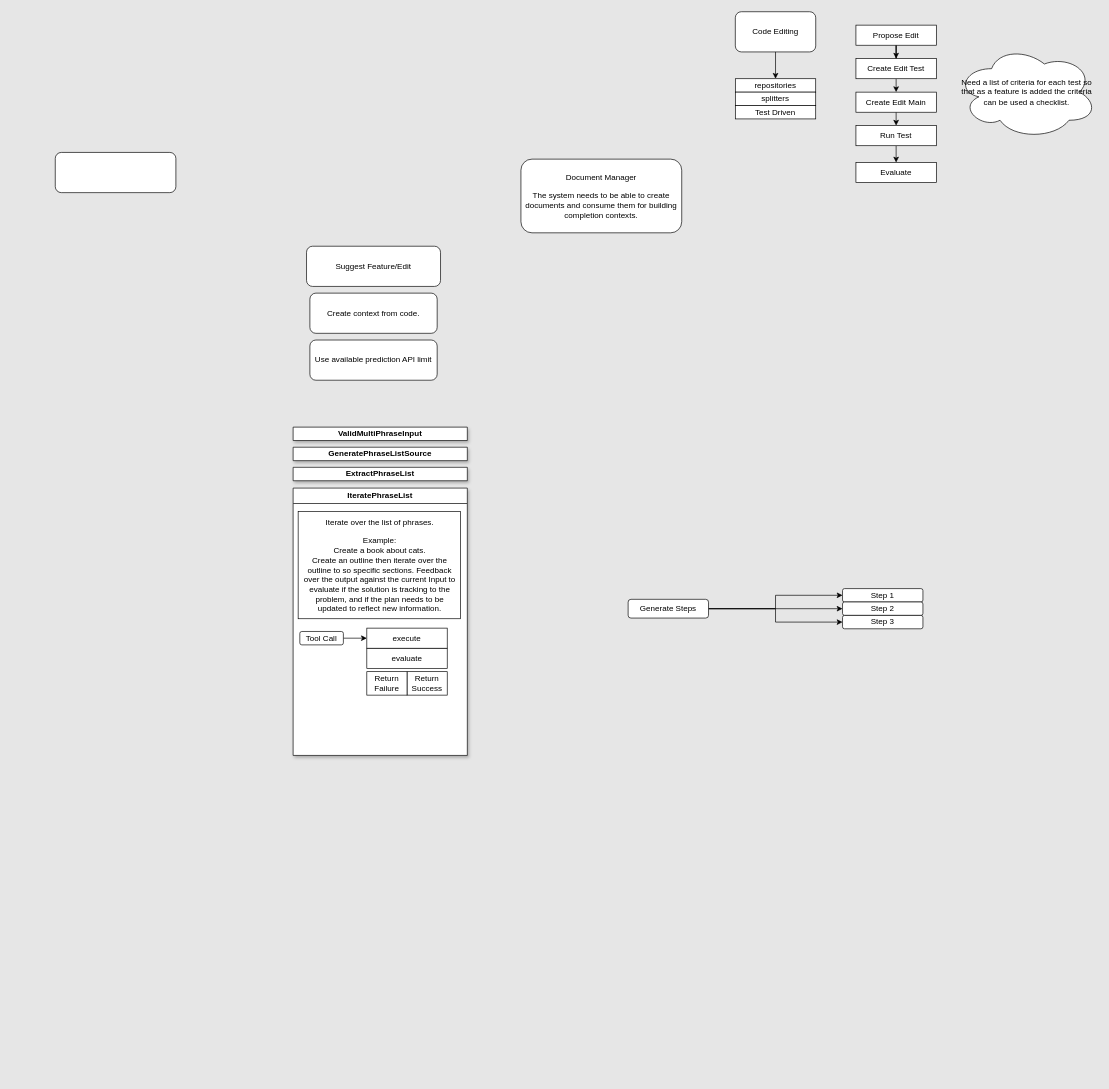
This is hero.drawio from fuck-fascism/rogue-one, a draw.io file, before an edit. Source tidied: cells renumbered, new cells numbered last; positions are measured from the earlier drawing's top-left corner, leaving out a move shared by most shapes. Both pictures are drawn from the tidied source at 67%, with x=0, y=0 at pixel (55, 11).
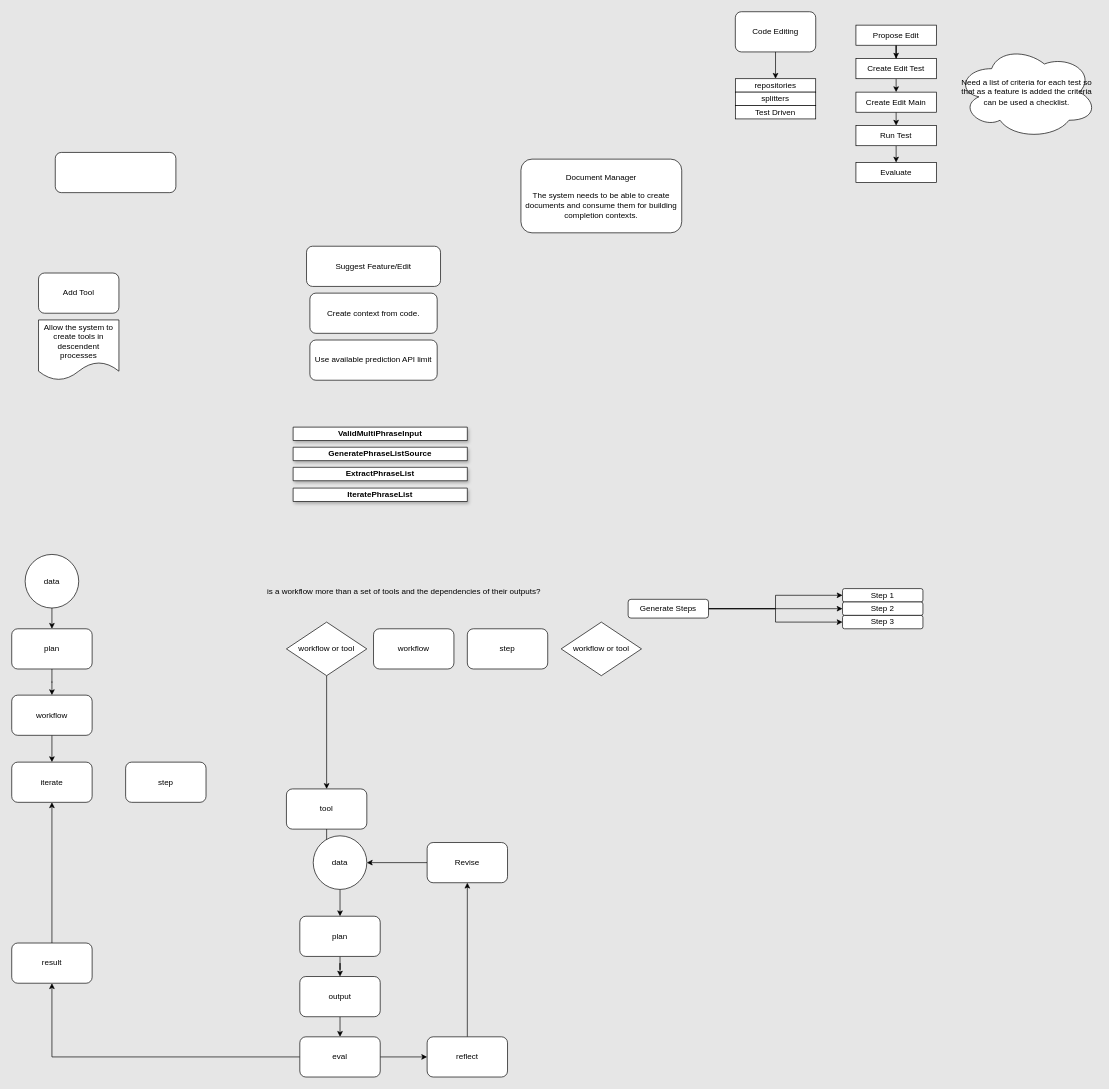
Above is the later version.

Diff of the diagram source:
```diff
@@
-    <mxCell id="8" value="IteratePhraseList" style="swimlane;whiteSpace=wrap;html=1;swimlaneFillColor=default;shadow=1;" parent="1" vertex="1">
-      <mxGeometry x="355" y="711" width="260" height="399" as="geometry" />
+    <mxCell id="8" value="IteratePhraseList" style="swimlane;whiteSpace=wrap;html=1;swimlaneFillColor=default;shadow=1;" parent="1" vertex="1" collapsed="1">
+      <mxGeometry x="355" y="711" width="260" height="20" as="geometry" />
     </mxCell>
-    <mxCell id="9" value="Iterate over the list of phrases.&lt;br&gt;&lt;br&gt;Example:&lt;br&gt;Create a book about cats.&lt;br&gt;Create an outline then iterate over the outline to so specific sections. Feedback over the output against the current Input to evaluate if the solution is tracking to the problem, and if the plan needs to be updated to reflect new information." style="whiteSpace=wrap;html=1;noLabel=0;labelPadding=0;overflow=visible;absoluteArcSize=0;imageAspect=1;backgroundOutline=1;autosizeGrid=1;fixedWidth=1;enumerate=0;comic=0;spacing=4;" parent="8" vertex="1">
-      <mxGeometry x="7.5" y="35" width="242.5" height="160" as="geometry" />
-    </mxCell>
-    <mxCell id="10" style="edgeStyle=orthogonalEdgeStyle;rounded=0;jettySize=auto;html=1;exitX=1;exitY=0.5;exitDx=0;exitDy=0;entryX=0;entryY=0.5;entryDx=0;entryDy=0;" parent="8" edge="1" source="11" target="15">
-      <mxGeometry relative="1" as="geometry" />
-    </mxCell>
-    <mxCell id="11" value="Tool Call" style="rounded=1;whiteSpace=wrap;html=1;" parent="8" vertex="1">
-      <mxGeometry x="10" y="214" width="65" height="20" as="geometry" />
-    </mxCell>
-    <mxCell id="12" value="Return&lt;br&gt;Success" style="whiteSpace=wrap;html=1;" parent="8" vertex="1">
-      <mxGeometry x="170" y="274" width="60" height="35" as="geometry" />
-    </mxCell>
-    <mxCell id="13" value="Return&lt;br&gt;Failure" style="whiteSpace=wrap;html=1;" parent="8" vertex="1">
-      <mxGeometry x="110" y="274" width="60" height="35" as="geometry" />
-    </mxCell>
-    <mxCell id="14" value="evaluate" style="whiteSpace=wrap;html=1;" parent="8" vertex="1">
-      <mxGeometry x="110" y="239" width="120" height="30" as="geometry" />
-    </mxCell>
-    <mxCell id="15" value="execute" style="whiteSpace=wrap;html=1;" parent="8" vertex="1">
-      <mxGeometry x="110" y="209" width="120" height="30" as="geometry" />
-    </mxCell>
@@
+    <mxCell id="40" value="Add Tool" style="rounded=1;whiteSpace=wrap;html=1;" parent="1" vertex="1">
+      <mxGeometry x="-25" y="390" width="120" height="60" as="geometry" />
+    </mxCell>
+    <mxCell id="41" value="Allow the system to create tools in descendent processes" style="shape=document;whiteSpace=wrap;html=1;boundedLbl=1;" parent="1" vertex="1">
+      <mxGeometry x="-25" y="460" width="120" height="90" as="geometry" />
+    </mxCell>
+    <mxCell id="42" style="edgeStyle=orthogonalEdgeStyle;rounded=0;jettySize=auto;html=1;exitX=0.5;exitY=1;exitDx=0;exitDy=0;entryX=0.5;entryY=0;entryDx=0;entryDy=0;" parent="1" edge="1" source="43" target="45">
+      <mxGeometry relative="1" as="geometry" />
+    </mxCell>
+    <mxCell id="43" value="data" style="ellipse;whiteSpace=wrap;html=1;" parent="1" vertex="1">
+      <mxGeometry x="-45" y="810" width="80" height="80" as="geometry" />
+    </mxCell>
+    <mxCell id="44" style="edgeStyle=orthogonalEdgeStyle;rounded=0;jettySize=auto;html=1;exitX=0.5;exitY=1;exitDx=0;exitDy=0;" parent="1" edge="1" source="67" target="47">
+      <mxGeometry relative="1" as="geometry" />
+    </mxCell>
+    <mxCell id="45" value="plan" style="rounded=1;whiteSpace=wrap;html=1;" parent="1" vertex="1">
+      <mxGeometry x="-65" y="921" width="120" height="60" as="geometry" />
+    </mxCell>
+    <mxCell id="46" style="edgeStyle=orthogonalEdgeStyle;rounded=0;jettySize=auto;html=1;exitX=0.5;exitY=1;exitDx=0;exitDy=0;entryX=0.5;entryY=0;entryDx=0;entryDy=0;" parent="1" edge="1" source="57" target="51">
+      <mxGeometry relative="1" as="geometry" />
+    </mxCell>
+    <mxCell id="47" value="tool" style="rounded=1;whiteSpace=wrap;html=1;" parent="1" vertex="1">
+      <mxGeometry x="345" y="1160" width="120" height="60" as="geometry" />
+    </mxCell>
+    <mxCell id="48" style="edgeStyle=orthogonalEdgeStyle;rounded=0;jettySize=auto;html=1;entryX=0.5;entryY=1;entryDx=0;entryDy=0;" parent="1" edge="1" source="64" target="53">
+      <mxGeometry relative="1" as="geometry" />
+    </mxCell>
+    <mxCell id="49" style="edgeStyle=orthogonalEdgeStyle;rounded=0;jettySize=auto;html=1;exitX=1;exitY=0.5;exitDx=0;exitDy=0;entryX=0;entryY=0.5;entryDx=0;entryDy=0;" parent="1" edge="1" source="51" target="64">
+      <mxGeometry relative="1" as="geometry" />
+    </mxCell>
+    <mxCell id="50" style="edgeStyle=orthogonalEdgeStyle;rounded=0;jettySize=auto;html=1;" parent="1" edge="1" source="51" target="63">
+      <mxGeometry relative="1" as="geometry" />
+    </mxCell>
+    <mxCell id="51" value="eval" style="rounded=1;whiteSpace=wrap;html=1;" parent="1" vertex="1">
+      <mxGeometry x="365" y="1530" width="120" height="60" as="geometry" />
+    </mxCell>
+    <mxCell id="52" style="edgeStyle=orthogonalEdgeStyle;rounded=0;jettySize=auto;html=1;" parent="1" edge="1" source="53" target="59">
+      <mxGeometry relative="1" as="geometry" />
+    </mxCell>
+    <mxCell id="53" value="Revise" style="rounded=1;whiteSpace=wrap;html=1;" parent="1" vertex="1">
+      <mxGeometry x="555" y="1240" width="120" height="60" as="geometry" />
+    </mxCell>
+    <mxCell id="54" style="edgeStyle=orthogonalEdgeStyle;rounded=0;jettySize=auto;html=1;" parent="1" edge="1" source="72" target="56">
+      <mxGeometry relative="1" as="geometry" />
+    </mxCell>
+    <mxCell id="55" style="edgeStyle=orthogonalEdgeStyle;rounded=0;jettySize=auto;html=1;" parent="1" edge="1" source="47" target="59">
+      <mxGeometry relative="1" as="geometry" />
+    </mxCell>
+    <mxCell id="56" value="iterate" style="rounded=1;whiteSpace=wrap;html=1;" parent="1" vertex="1">
+      <mxGeometry x="-65" y="1120" width="120" height="60" as="geometry" />
+    </mxCell>
+    <mxCell id="57" value="output" style="rounded=1;whiteSpace=wrap;html=1;" parent="1" vertex="1">
+      <mxGeometry x="365" y="1440" width="120" height="60" as="geometry" />
+    </mxCell>
+    <mxCell id="58" style="edgeStyle=orthogonalEdgeStyle;rounded=0;jettySize=auto;html=1;" parent="1" edge="1" source="59" target="61">
+      <mxGeometry relative="1" as="geometry" />
+    </mxCell>
+    <mxCell id="59" value="data" style="ellipse;whiteSpace=wrap;html=1;" parent="1" vertex="1">
+      <mxGeometry x="385" y="1230" width="80" height="80" as="geometry" />
+    </mxCell>
+    <mxCell id="60" style="edgeStyle=orthogonalEdgeStyle;rounded=0;jettySize=auto;html=1;" parent="1" edge="1" source="61" target="57">
+      <mxGeometry relative="1" as="geometry" />
+    </mxCell>
+    <mxCell id="61" value="plan" style="rounded=1;whiteSpace=wrap;html=1;" parent="1" vertex="1">
+      <mxGeometry x="365" y="1350" width="120" height="60" as="geometry" />
+    </mxCell>
+    <mxCell id="62" style="edgeStyle=orthogonalEdgeStyle;rounded=0;jettySize=auto;html=1;exitX=0.5;exitY=0;exitDx=0;exitDy=0;" parent="1" edge="1" source="63" target="56">
+      <mxGeometry relative="1" as="geometry" />
+    </mxCell>
+    <mxCell id="63" value="result" style="rounded=1;whiteSpace=wrap;html=1;" parent="1" vertex="1">
+      <mxGeometry x="-65" y="1390" width="120" height="60" as="geometry" />
+    </mxCell>
+    <mxCell id="64" value="reflect" style="rounded=1;whiteSpace=wrap;html=1;" parent="1" vertex="1">
+      <mxGeometry x="555" y="1530" width="120" height="60" as="geometry" />
+    </mxCell>
+    <mxCell id="65" value="is a workflow more than a set of tools and the dependencies of their outputs?" style="text;html=1;align=center;verticalAlign=middle;strokeColor=none;fillColor=none;" parent="1" vertex="1">
+      <mxGeometry x="305" y="851" width="430" height="30" as="geometry" />
+    </mxCell>
+    <mxCell id="66" value="step" style="rounded=1;whiteSpace=wrap;html=1;" parent="1" vertex="1">
+      <mxGeometry x="105" y="1120" width="120" height="60" as="geometry" />
+    </mxCell>
+    <mxCell id="67" value="workflow or tool" style="rhombus;whiteSpace=wrap;html=1;" parent="1" vertex="1">
+      <mxGeometry x="345" y="911" width="120" height="80" as="geometry" />
+    </mxCell>
+    <mxCell id="68" value="workflow" style="rounded=1;whiteSpace=wrap;html=1;" parent="1" vertex="1">
+      <mxGeometry x="475" y="921" width="120" height="60" as="geometry" />
+    </mxCell>
+    <mxCell id="69" value="workflow or tool" style="rhombus;whiteSpace=wrap;html=1;" parent="1" vertex="1">
+      <mxGeometry x="755" y="911" width="120" height="80" as="geometry" />
+    </mxCell>
+    <mxCell id="70" value="step" style="rounded=1;whiteSpace=wrap;html=1;" parent="1" vertex="1">
+      <mxGeometry x="615" y="921" width="120" height="60" as="geometry" />
+    </mxCell>
+    <mxCell id="71" style="edgeStyle=orthogonalEdgeStyle;rounded=0;jettySize=auto;html=1;" parent="1" edge="1" source="45" target="72">
+      <mxGeometry relative="1" as="geometry" />
+    </mxCell>
+    <mxCell id="72" value="workflow" style="rounded=1;whiteSpace=wrap;html=1;" parent="1" vertex="1">
+      <mxGeometry x="-65" y="1020" width="120" height="60" as="geometry" />
+    </mxCell>
```
